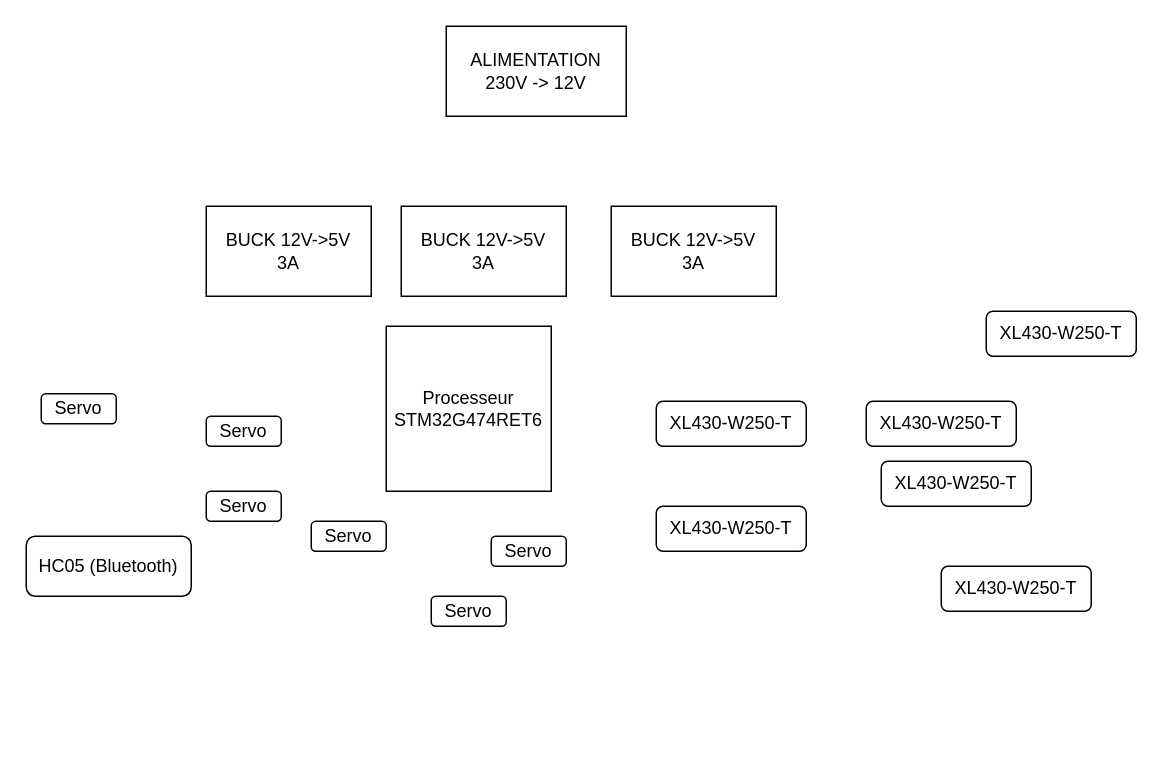
Before: Gestion de projet/Untitled Diagram.drawio in mael-lukas/2425_Projet2A_Animatronic, a draw.io diagram. Source tidied: cells renumbered, new cells numbered last; positions are measured from the earlier drawing's top-left corner, leaving out a move shared by most shapes. Both pictures are drawn from the tidied source at 150%, with x=0, y=0 at pixel (26, 26).
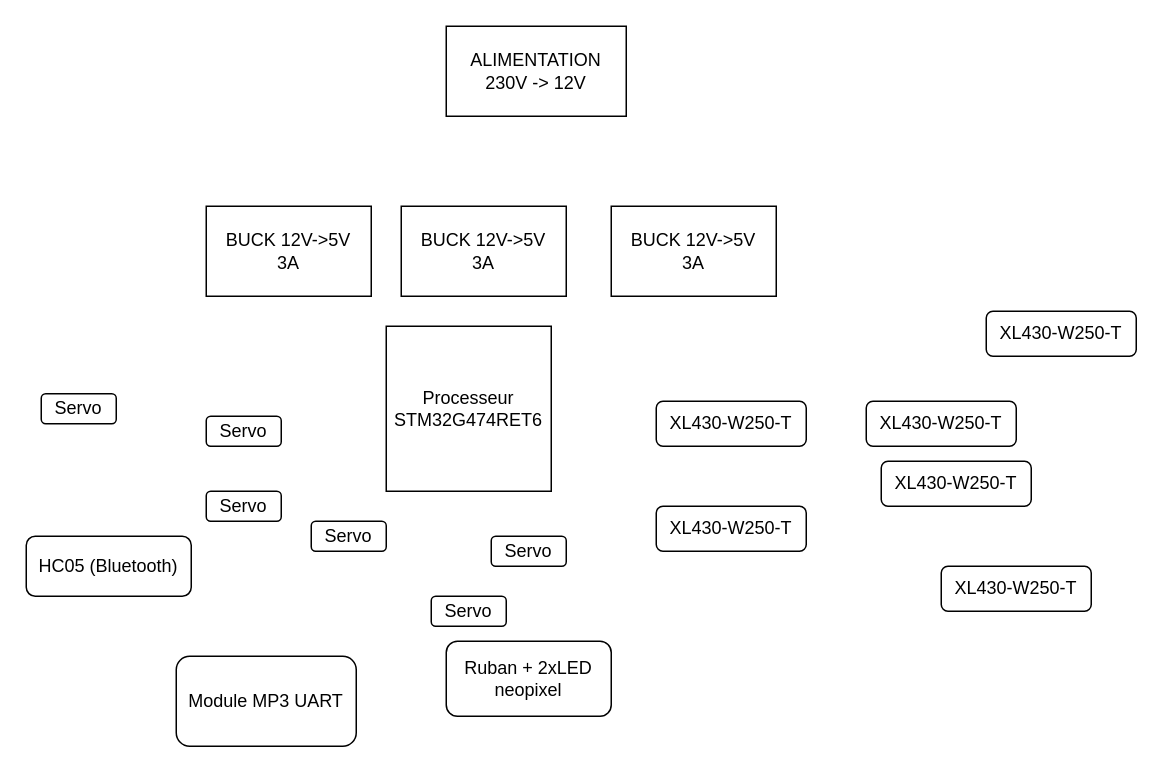
After the change.

Change to the diagram source:
```diff
@@
+    <mxCell id="20" value="Ruban + 2xLED neopixel" style="rounded=1;whiteSpace=wrap;html=1;" parent="1" vertex="1">
+      <mxGeometry x="280" y="410" width="110" height="50" as="geometry" />
+    </mxCell>
+    <mxCell id="21" value="Module MP3 UART" style="rounded=1;whiteSpace=wrap;html=1;" parent="1" vertex="1">
+      <mxGeometry x="100" y="420" width="120" height="60" as="geometry" />
+    </mxCell>
```
